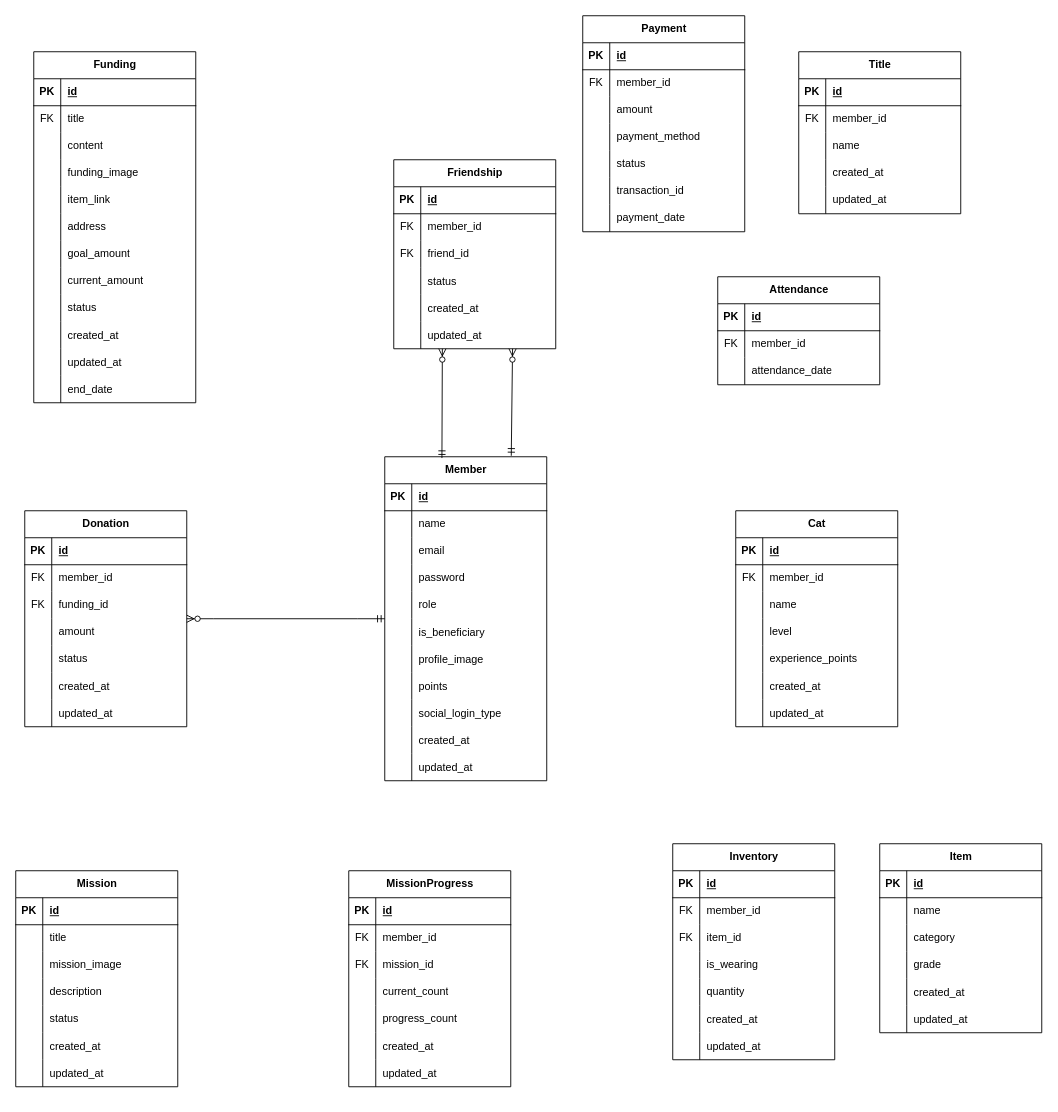
The draw.io diagram ChaeumERD.drawio in 2025-Advanced-Capstone-Chaeum/ERD, before the edit. Source tidied: cells renumbered, new cells numbered last; positions are measured from the earlier drawing's top-left corner, leaving out a move shared by most shapes. Both pictures are drawn from the tidied source at 90%, with x=0, y=0 at pixel (15, 15).
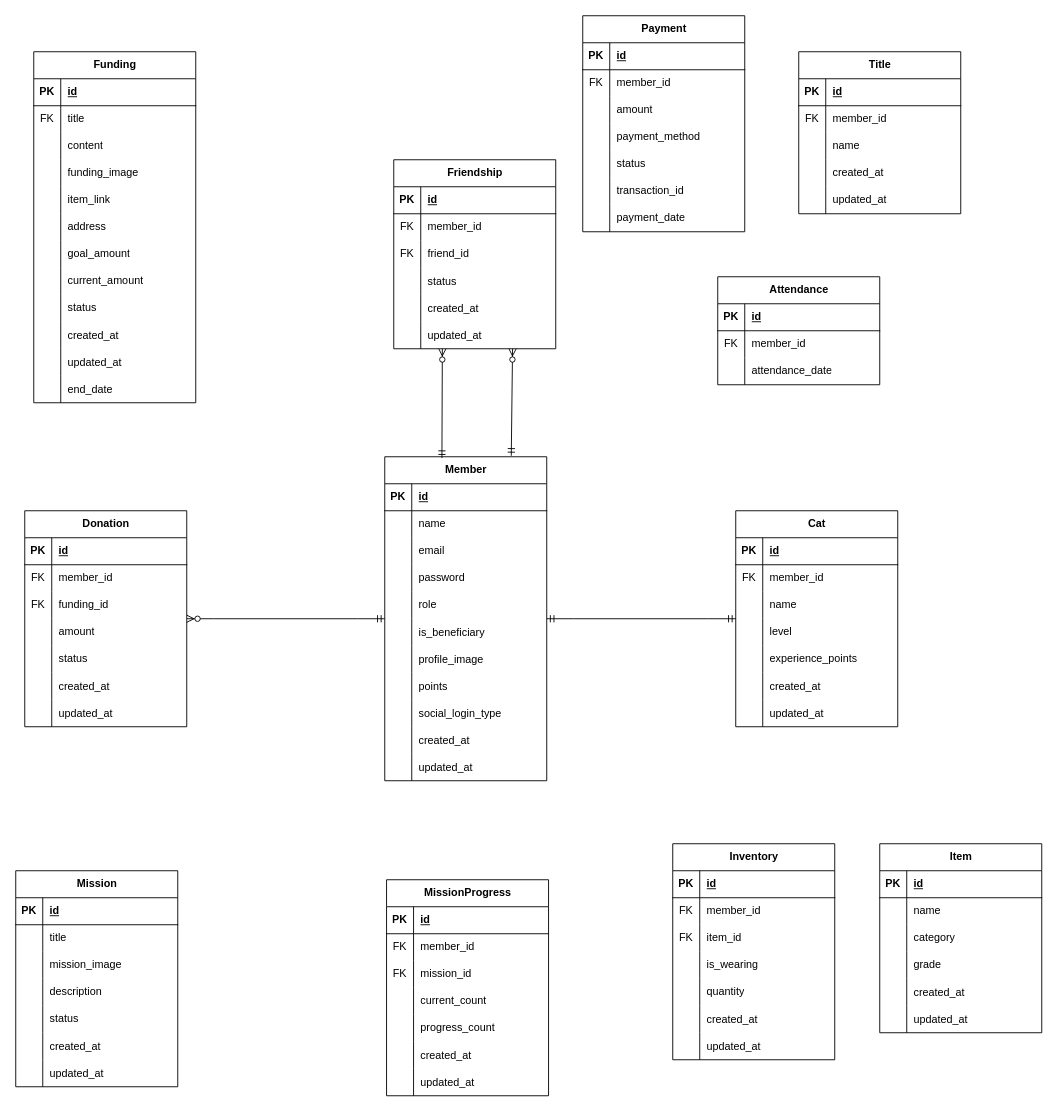
Above is the later version.

Commit message:
docs(ERD): Cat 테이블 연관관계 정리

The change refers to these unchanged cells:
```xml
<mxCell id="2" value="Member" style="shape=table;startSize=30;childLayout=tableLayout;rowLines=0;fontStyle=1;align=center;html=1;" parent="1" vertex="1">
  <mxGeometry x="410" y="490" width="180" height="360" as="geometry" />
</mxCell>
<mxCell id="81" value="Cat" style="shape=table;startSize=30;childLayout=tableLayout;rowLines=0;fontStyle=1;align=center;html=1;" parent="1" vertex="1">
  <mxGeometry x="800" y="550" width="180" height="240" as="geometry" />
</mxCell>
```

The edit, as a diff of the source:
```diff
@@
     <mxCell id="147" value="MissionProgress" style="shape=table;startSize=30;childLayout=tableLayout;rowLines=0;fontStyle=1;align=center;html=1;" parent="1" vertex="1">
-      <mxGeometry x="370" y="950" width="180" height="240" as="geometry" />
+      <mxGeometry x="412" y="960" width="180" height="240" as="geometry" />
     </mxCell>
@@
+    <mxCell id="273" style="edgeStyle=entityRelationEdgeStyle;fontSize=12;html=1;endArrow=ERmandOne;startArrow=ERmandOne;rounded=0;" parent="1" edge="1" source="2" target="81">
+      <mxGeometry relative="1" as="geometry" />
+    </mxCell>
```
